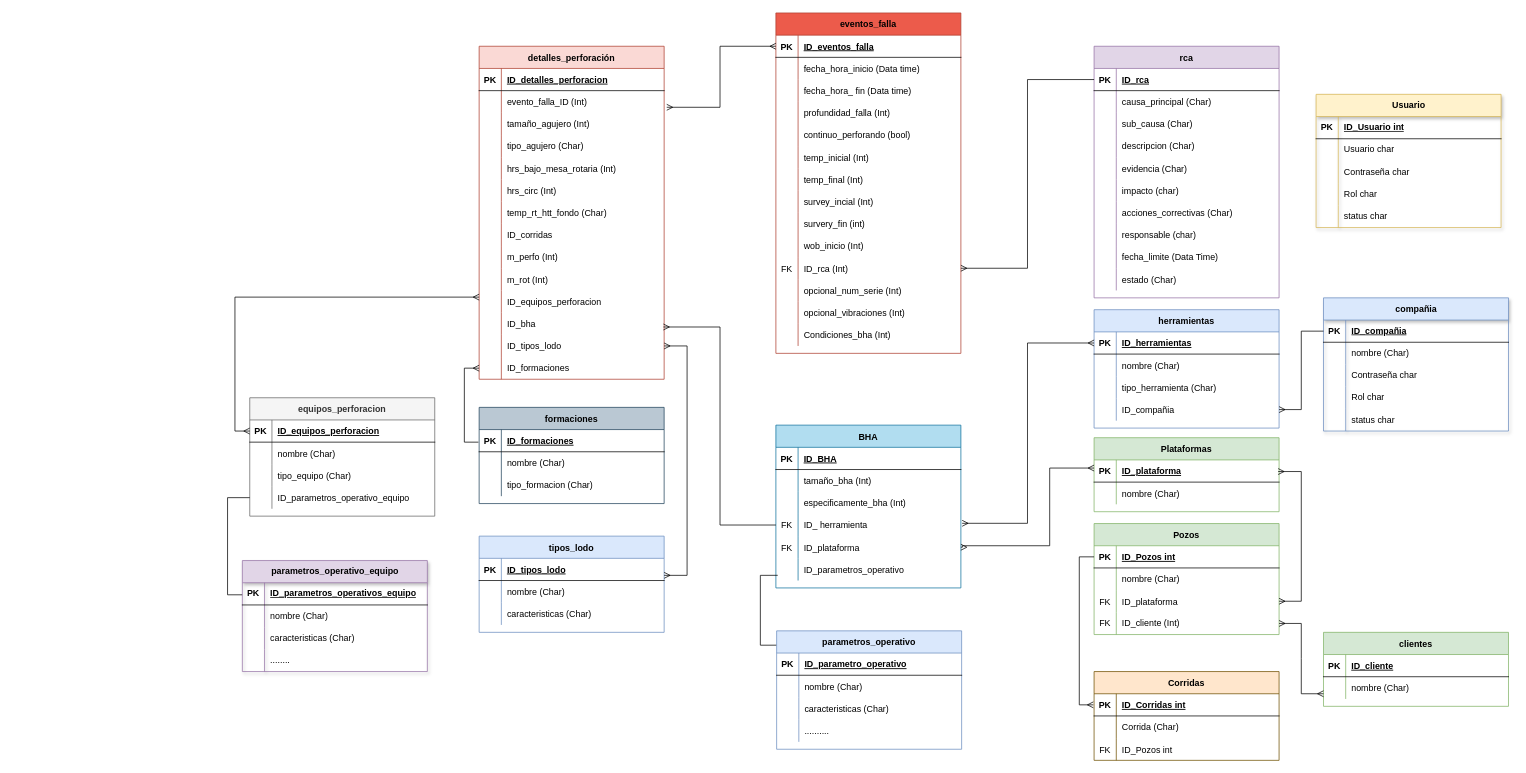
Above: CofHerramientas.drawio in h8050/HP (draw.io), before the change. Source tidied: cells renumbered, new cells numbered last; positions are measured from the earlier drawing's top-left corner, leaving out a move shared by most shapes. Both pictures are drawn from the tidied source at 74%, with x=0, y=0 at pixel (235, 13).
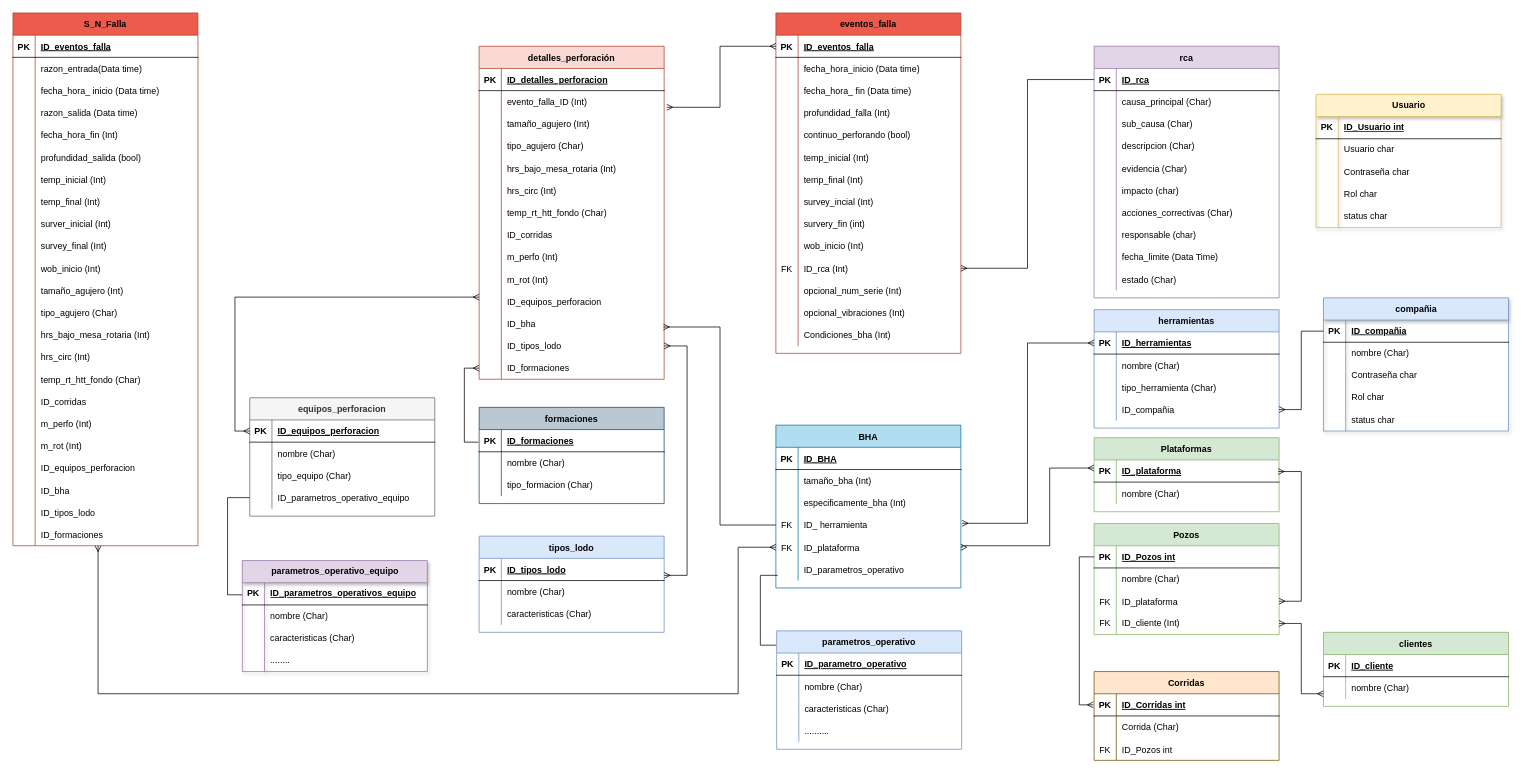
Above is the later version.

The change refers to these unchanged cells:
```xml
<mxCell id="192" style="shape=partialRectangle;fillColor=none;points=[[0,0.5],[1,0.5]];portConstraint=eastwest;top=0;left=0;right=0;bottom=0;" parent="179" vertex="1">
  <mxGeometry y="150" width="250" height="30" as="geometry" />
</mxCell>
```

Change to the diagram source:
```diff
@@
+    <mxCell id="293" value="S_N_Falla" style="shape=table;startSize=30;childLayout=tableLayout;rowLines=0;fontStyle=1;align=center;fillColor=#ec5b4b;strokeColor=#ae4132;" parent="1" vertex="1">
+      <mxGeometry x="-300" width="250" height="720" as="geometry" />
+    </mxCell>
+    <mxCell id="294" style="shape=partialRectangle;fillColor=none;top=0;left=0;right=0;bottom=1;" parent="293" vertex="1">
+      <mxGeometry y="30" width="250" height="30" as="geometry" />
+    </mxCell>
+    <mxCell id="295" value="PK" style="shape=partialRectangle;overflow=hidden;fillColor=none;top=0;left=0;bottom=0;right=0;fontStyle=1;" parent="294" vertex="1">
+      <mxGeometry width="30" height="30" as="geometry" />
+    </mxCell>
+    <mxCell id="296" value="ID_eventos_falla" style="shape=partialRectangle;overflow=hidden;fillColor=none;top=0;left=0;bottom=0;right=0;align=left;spacingLeft=6;fontStyle=5;" parent="294" vertex="1">
+      <mxGeometry x="30" width="220" height="30" as="geometry" />
+    </mxCell>
+    <mxCell id="297" style="shape=partialRectangle;fillColor=none;top=0;left=0;right=0;bottom=0;" parent="293" vertex="1">
+      <mxGeometry y="60" width="250" height="30" as="geometry" />
+    </mxCell>
+    <mxCell id="298" style="shape=partialRectangle;overflow=hidden;fillColor=none;top=0;left=0;bottom=0;right=0;" parent="297" vertex="1">
+      <mxGeometry width="30" height="30" as="geometry" />
+    </mxCell>
+    <mxCell id="299" value="razon_entrada(Data time)" style="shape=partialRectangle;overflow=hidden;fillColor=none;top=0;left=0;bottom=0;right=0;align=left;spacingLeft=6;" parent="297" vertex="1">
+      <mxGeometry x="30" width="220" height="30" as="geometry" />
+    </mxCell>
+    <mxCell id="300" style="shape=partialRectangle;fillColor=none;top=0;left=0;right=0;bottom=0;" parent="293" vertex="1">
+      <mxGeometry y="90" width="250" height="30" as="geometry" />
+    </mxCell>
+    <mxCell id="301" style="shape=partialRectangle;overflow=hidden;fillColor=none;top=0;left=0;bottom=0;right=0;" parent="300" vertex="1">
+      <mxGeometry width="30" height="30" as="geometry" />
+    </mxCell>
+    <mxCell id="302" value="fecha_hora_ inicio (Data time)" style="shape=partialRectangle;overflow=hidden;fillColor=none;top=0;left=0;bottom=0;right=0;align=left;spacingLeft=6;" parent="300" vertex="1">
+      <mxGeometry x="30" width="220" height="30" as="geometry" />
+    </mxCell>
+    <mxCell id="303" style="shape=partialRectangle;fillColor=none;top=0;left=0;right=0;bottom=0;" parent="293" vertex="1">
+      <mxGeometry y="120" width="250" height="30" as="geometry" />
+    </mxCell>
+    <mxCell id="304" style="shape=partialRectangle;overflow=hidden;fillColor=none;top=0;left=0;bottom=0;right=0;" parent="303" vertex="1">
+      <mxGeometry width="30" height="30" as="geometry" />
+    </mxCell>
+    <mxCell id="305" value="razon_salida (Data time)" style="shape=partialRectangle;overflow=hidden;fillColor=none;top=0;left=0;bottom=0;right=0;align=left;spacingLeft=6;" parent="303" vertex="1">
+      <mxGeometry x="30" width="220" height="30" as="geometry" />
+    </mxCell>
+    <mxCell id="306" style="shape=partialRectangle;fillColor=none;top=0;left=0;right=0;bottom=0;" parent="293" vertex="1">
+      <mxGeometry y="150" width="250" height="30" as="geometry" />
+    </mxCell>
+    <mxCell id="307" style="shape=partialRectangle;overflow=hidden;fillColor=none;top=0;left=0;bottom=0;right=0;" parent="306" vertex="1">
+      <mxGeometry width="30" height="30" as="geometry" />
+    </mxCell>
+    <mxCell id="308" value="fecha_hora_fin (Int)" style="shape=partialRectangle;overflow=hidden;fillColor=none;top=0;left=0;bottom=0;right=0;align=left;spacingLeft=6;" parent="306" vertex="1">
+      <mxGeometry x="30" width="220" height="30" as="geometry" />
+    </mxCell>
+    <mxCell id="309" style="shape=partialRectangle;fillColor=none;top=0;left=0;right=0;bottom=0;" parent="293" vertex="1">
+      <mxGeometry y="180" width="250" height="30" as="geometry" />
+    </mxCell>
+    <mxCell id="310" style="shape=partialRectangle;overflow=hidden;fillColor=none;top=0;left=0;bottom=0;right=0;" parent="309" vertex="1">
+      <mxGeometry width="30" height="30" as="geometry" />
+    </mxCell>
+    <mxCell id="311" value="profundidad_salida (bool)" style="shape=partialRectangle;overflow=hidden;fillColor=none;top=0;left=0;bottom=0;right=0;align=left;spacingLeft=6;" parent="309" vertex="1">
+      <mxGeometry x="30" width="220" height="30" as="geometry" />
+    </mxCell>
+    <mxCell id="312" style="shape=partialRectangle;fillColor=none;top=0;left=0;right=0;bottom=0;" parent="293" vertex="1">
+      <mxGeometry y="210" width="250" height="30" as="geometry" />
+    </mxCell>
+    <mxCell id="313" style="shape=partialRectangle;overflow=hidden;fillColor=none;top=0;left=0;bottom=0;right=0;" parent="312" vertex="1">
+      <mxGeometry width="30" height="30" as="geometry" />
+    </mxCell>
+    <mxCell id="314" value="temp_inicial (Int)" style="shape=partialRectangle;overflow=hidden;fillColor=none;top=0;left=0;bottom=0;right=0;align=left;spacingLeft=6;" parent="312" vertex="1">
+      <mxGeometry x="30" width="220" height="30" as="geometry" />
+    </mxCell>
+    <mxCell id="315" style="shape=partialRectangle;fillColor=none;top=0;left=0;right=0;bottom=0;" parent="293" vertex="1">
+      <mxGeometry y="240" width="250" height="30" as="geometry" />
+    </mxCell>
+    <mxCell id="316" style="shape=partialRectangle;overflow=hidden;fillColor=none;top=0;left=0;bottom=0;right=0;" parent="315" vertex="1">
+      <mxGeometry width="30" height="30" as="geometry" />
+    </mxCell>
+    <mxCell id="317" value="temp_final (Int)" style="shape=partialRectangle;overflow=hidden;fillColor=none;top=0;left=0;bottom=0;right=0;align=left;spacingLeft=6;" parent="315" vertex="1">
+      <mxGeometry x="30" width="220" height="30" as="geometry" />
+    </mxCell>
+    <mxCell id="318" style="shape=partialRectangle;fillColor=none;top=0;left=0;right=0;bottom=0;" parent="293" vertex="1">
+      <mxGeometry y="270" width="250" height="30" as="geometry" />
+    </mxCell>
+    <mxCell id="319" style="shape=partialRectangle;overflow=hidden;fillColor=none;top=0;left=0;bottom=0;right=0;" parent="318" vertex="1">
+      <mxGeometry width="30" height="30" as="geometry" />
+    </mxCell>
+    <mxCell id="320" value="surver_inicial (Int)" style="shape=partialRectangle;overflow=hidden;fillColor=none;top=0;left=0;bottom=0;right=0;align=left;spacingLeft=6;" parent="318" vertex="1">
+      <mxGeometry x="30" width="220" height="30" as="geometry" />
+    </mxCell>
+    <mxCell id="321" style="shape=partialRectangle;fillColor=none;top=0;left=0;right=0;bottom=0;" parent="293" vertex="1">
+      <mxGeometry y="300" width="250" height="30" as="geometry" />
+    </mxCell>
+    <mxCell id="322" style="shape=partialRectangle;overflow=hidden;fillColor=none;top=0;left=0;bottom=0;right=0;" parent="321" vertex="1">
+      <mxGeometry width="30" height="30" as="geometry" />
+    </mxCell>
+    <mxCell id="323" value="survey_final (Int)" style="shape=partialRectangle;overflow=hidden;fillColor=none;top=0;left=0;bottom=0;right=0;align=left;spacingLeft=6;" parent="321" vertex="1">
+      <mxGeometry x="30" width="220" height="30" as="geometry" />
+    </mxCell>
+    <mxCell id="324" style="shape=partialRectangle;fillColor=none;top=0;left=0;right=0;bottom=0;" parent="293" vertex="1">
+      <mxGeometry y="330" width="250" height="30" as="geometry" />
+    </mxCell>
+    <mxCell id="325" style="shape=partialRectangle;overflow=hidden;fillColor=none;top=0;left=0;bottom=0;right=0;" parent="324" vertex="1">
+      <mxGeometry width="30" height="30" as="geometry" />
+    </mxCell>
+    <mxCell id="326" value="wob_inicio (Int)" style="shape=partialRectangle;overflow=hidden;fillColor=none;top=0;left=0;bottom=0;right=0;align=left;spacingLeft=6;" parent="324" vertex="1">
+      <mxGeometry x="30" width="220" height="30" as="geometry" />
+    </mxCell>
+    <mxCell id="327" style="shape=partialRectangle;fillColor=none;top=0;left=0;right=0;bottom=0;" parent="293" vertex="1">
+      <mxGeometry y="360" width="250" height="30" as="geometry" />
+    </mxCell>
+    <mxCell id="328" style="shape=partialRectangle;overflow=hidden;fillColor=none;top=0;left=0;bottom=0;right=0;" parent="327" vertex="1">
+      <mxGeometry width="30" height="30" as="geometry" />
+    </mxCell>
+    <mxCell id="329" value="tamaño_agujero (Int)" style="shape=partialRectangle;overflow=hidden;fillColor=none;top=0;left=0;bottom=0;right=0;align=left;spacingLeft=6;" parent="327" vertex="1">
+      <mxGeometry x="30" width="220" height="30" as="geometry" />
+    </mxCell>
+    <mxCell id="330" style="shape=partialRectangle;fillColor=none;top=0;left=0;right=0;bottom=0;" parent="293" vertex="1">
+      <mxGeometry y="390" width="250" height="30" as="geometry" />
+    </mxCell>
+    <mxCell id="331" style="shape=partialRectangle;overflow=hidden;fillColor=none;top=0;left=0;bottom=0;right=0;" parent="330" vertex="1">
+      <mxGeometry width="30" height="30" as="geometry" />
+    </mxCell>
+    <mxCell id="332" value="tipo_agujero (Char)" style="shape=partialRectangle;overflow=hidden;fillColor=none;top=0;left=0;bottom=0;right=0;align=left;spacingLeft=6;" parent="330" vertex="1">
+      <mxGeometry x="30" width="220" height="30" as="geometry" />
+    </mxCell>
+    <mxCell id="333" style="shape=partialRectangle;fillColor=none;top=0;left=0;right=0;bottom=0;" parent="293" vertex="1">
+      <mxGeometry y="420" width="250" height="30" as="geometry" />
+    </mxCell>
+    <mxCell id="334" style="shape=partialRectangle;overflow=hidden;fillColor=none;top=0;left=0;bottom=0;right=0;" parent="333" vertex="1">
+      <mxGeometry width="30" height="30" as="geometry" />
+    </mxCell>
+    <mxCell id="335" value="hrs_bajo_mesa_rotaria (Int)" style="shape=partialRectangle;overflow=hidden;fillColor=none;top=0;left=0;bottom=0;right=0;align=left;spacingLeft=6;" parent="333" vertex="1">
+      <mxGeometry x="30" width="220" height="30" as="geometry" />
+    </mxCell>
+    <mxCell id="336" style="shape=partialRectangle;fillColor=none;top=0;left=0;right=0;bottom=0;" parent="293" vertex="1">
+      <mxGeometry y="450" width="250" height="30" as="geometry" />
+    </mxCell>
+    <mxCell id="337" style="shape=partialRectangle;overflow=hidden;fillColor=none;top=0;left=0;bottom=0;right=0;" parent="336" vertex="1">
+      <mxGeometry width="30" height="30" as="geometry" />
+    </mxCell>
+    <mxCell id="338" value="hrs_circ (Int)" style="shape=partialRectangle;overflow=hidden;fillColor=none;top=0;left=0;bottom=0;right=0;align=left;spacingLeft=6;" parent="336" vertex="1">
+      <mxGeometry x="30" width="220" height="30" as="geometry" />
+    </mxCell>
+    <mxCell id="339" style="shape=partialRectangle;fillColor=none;top=0;left=0;right=0;bottom=0;" parent="293" vertex="1">
+      <mxGeometry y="480" width="250" height="30" as="geometry" />
+    </mxCell>
+    <mxCell id="340" style="shape=partialRectangle;overflow=hidden;fillColor=none;top=0;left=0;bottom=0;right=0;" parent="339" vertex="1">
+      <mxGeometry width="30" height="30" as="geometry" />
+    </mxCell>
+    <mxCell id="341" value="temp_rt_htt_fondo (Char)" style="shape=partialRectangle;overflow=hidden;fillColor=none;top=0;left=0;bottom=0;right=0;align=left;spacingLeft=6;" parent="339" vertex="1">
+      <mxGeometry x="30" width="220" height="30" as="geometry" />
+    </mxCell>
+    <mxCell id="342" style="shape=partialRectangle;fillColor=none;top=0;left=0;right=0;bottom=0;" parent="293" vertex="1">
+      <mxGeometry y="510" width="250" height="30" as="geometry" />
+    </mxCell>
+    <mxCell id="343" style="shape=partialRectangle;overflow=hidden;fillColor=none;top=0;left=0;bottom=0;right=0;" parent="342" vertex="1">
+      <mxGeometry width="30" height="30" as="geometry" />
+    </mxCell>
+    <mxCell id="344" value="ID_corridas " style="shape=partialRectangle;overflow=hidden;fillColor=none;top=0;left=0;bottom=0;right=0;align=left;spacingLeft=6;" parent="342" vertex="1">
+      <mxGeometry x="30" width="220" height="30" as="geometry" />
+    </mxCell>
+    <mxCell id="345" style="shape=partialRectangle;fillColor=none;top=0;left=0;right=0;bottom=0;" parent="293" vertex="1">
+      <mxGeometry y="540" width="250" height="30" as="geometry" />
+    </mxCell>
+    <mxCell id="346" style="shape=partialRectangle;overflow=hidden;fillColor=none;top=0;left=0;bottom=0;right=0;" parent="345" vertex="1">
+      <mxGeometry width="30" height="30" as="geometry" />
+    </mxCell>
+    <mxCell id="347" value="m_perfo (Int)" style="shape=partialRectangle;overflow=hidden;fillColor=none;top=0;left=0;bottom=0;right=0;align=left;spacingLeft=6;" parent="345" vertex="1">
+      <mxGeometry x="30" width="220" height="30" as="geometry" />
+    </mxCell>
+    <mxCell id="348" style="shape=partialRectangle;fillColor=none;top=0;left=0;right=0;bottom=0;" parent="293" vertex="1">
+      <mxGeometry y="570" width="250" height="30" as="geometry" />
+    </mxCell>
+    <mxCell id="349" style="shape=partialRectangle;overflow=hidden;fillColor=none;top=0;left=0;bottom=0;right=0;" parent="348" vertex="1">
+      <mxGeometry width="30" height="30" as="geometry" />
+    </mxCell>
+    <mxCell id="350" value="m_rot (Int)" style="shape=partialRectangle;overflow=hidden;fillColor=none;top=0;left=0;bottom=0;right=0;align=left;spacingLeft=6;" parent="348" vertex="1">
+      <mxGeometry x="30" width="220" height="30" as="geometry" />
+    </mxCell>
+    <mxCell id="351" style="shape=partialRectangle;fillColor=none;top=0;left=0;right=0;bottom=0;" parent="293" vertex="1">
+      <mxGeometry y="600" width="250" height="30" as="geometry" />
+    </mxCell>
+    <mxCell id="352" style="shape=partialRectangle;overflow=hidden;fillColor=none;top=0;left=0;bottom=0;right=0;" parent="351" vertex="1">
+      <mxGeometry width="30" height="30" as="geometry" />
+    </mxCell>
+    <mxCell id="353" value="ID_equipos_perforacion" style="shape=partialRectangle;overflow=hidden;fillColor=none;top=0;left=0;bottom=0;right=0;align=left;spacingLeft=6;" parent="351" vertex="1">
+      <mxGeometry x="30" width="220" height="30" as="geometry" />
+    </mxCell>
+    <mxCell id="354" style="shape=partialRectangle;fillColor=none;top=0;left=0;right=0;bottom=0;" parent="293" vertex="1">
+      <mxGeometry y="630" width="250" height="30" as="geometry" />
+    </mxCell>
+    <mxCell id="355" style="shape=partialRectangle;overflow=hidden;fillColor=none;top=0;left=0;bottom=0;right=0;" parent="354" vertex="1">
+      <mxGeometry width="30" height="30" as="geometry" />
+    </mxCell>
+    <mxCell id="356" value="ID_bha" style="shape=partialRectangle;overflow=hidden;fillColor=none;top=0;left=0;bottom=0;right=0;align=left;spacingLeft=6;" parent="354" vertex="1">
+      <mxGeometry x="30" width="220" height="30" as="geometry" />
+    </mxCell>
+    <mxCell id="357" style="shape=partialRectangle;fillColor=none;top=0;left=0;right=0;bottom=0;" parent="293" vertex="1">
+      <mxGeometry y="660" width="250" height="30" as="geometry" />
+    </mxCell>
+    <mxCell id="358" style="shape=partialRectangle;overflow=hidden;fillColor=none;top=0;left=0;bottom=0;right=0;" parent="357" vertex="1">
+      <mxGeometry width="30" height="30" as="geometry" />
+    </mxCell>
+    <mxCell id="359" value="ID_tipos_lodo" style="shape=partialRectangle;overflow=hidden;fillColor=none;top=0;left=0;bottom=0;right=0;align=left;spacingLeft=6;" parent="357" vertex="1">
+      <mxGeometry x="30" width="220" height="30" as="geometry" />
+    </mxCell>
+    <mxCell id="360" style="shape=partialRectangle;fillColor=none;top=0;left=0;right=0;bottom=0;" parent="293" vertex="1">
+      <mxGeometry y="690" width="250" height="30" as="geometry" />
+    </mxCell>
+    <mxCell id="361" style="shape=partialRectangle;overflow=hidden;fillColor=none;top=0;left=0;bottom=0;right=0;" parent="360" vertex="1">
+      <mxGeometry width="30" height="30" as="geometry" />
+    </mxCell>
+    <mxCell id="362" value="ID_formaciones" style="shape=partialRectangle;overflow=hidden;fillColor=none;top=0;left=0;bottom=0;right=0;align=left;spacingLeft=6;" parent="360" vertex="1">
+      <mxGeometry x="30" width="220" height="30" as="geometry" />
+    </mxCell>
+    <mxCell id="363" style="edgeStyle=orthogonalEdgeStyle;rounded=0;jettySize=auto;html=1;endArrow=ERmany;endFill=0;startArrow=ERmany;startFill=0;" parent="1" edge="1" source="293" target="192">
+      <mxGeometry relative="1" as="geometry">
+        <Array as="points">
+          <mxPoint x="-185" y="920" />
+          <mxPoint x="680" y="920" />
+          <mxPoint x="680" y="722" />
+        </Array>
+      </mxGeometry>
+    </mxCell>
```
